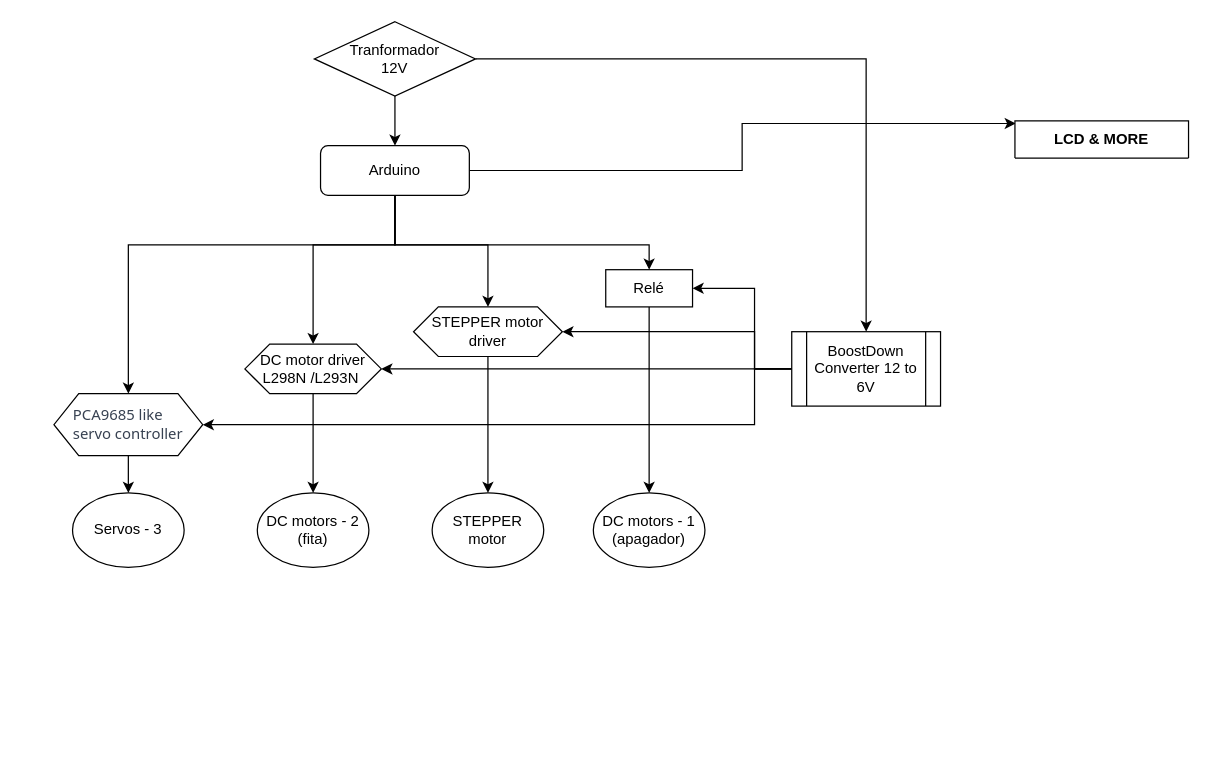
This is Diagrams/Diagrama sem nome.drawio from HackerSchool/turing, a draw.io file, before an edit. Source tidied: cells renumbered, new cells numbered last; positions are measured from the earlier drawing's top-left corner, leaving out a move shared by most shapes. Both pictures are drawn from the tidied source at 124%, with x=0, y=0 at pixel (53, 21).
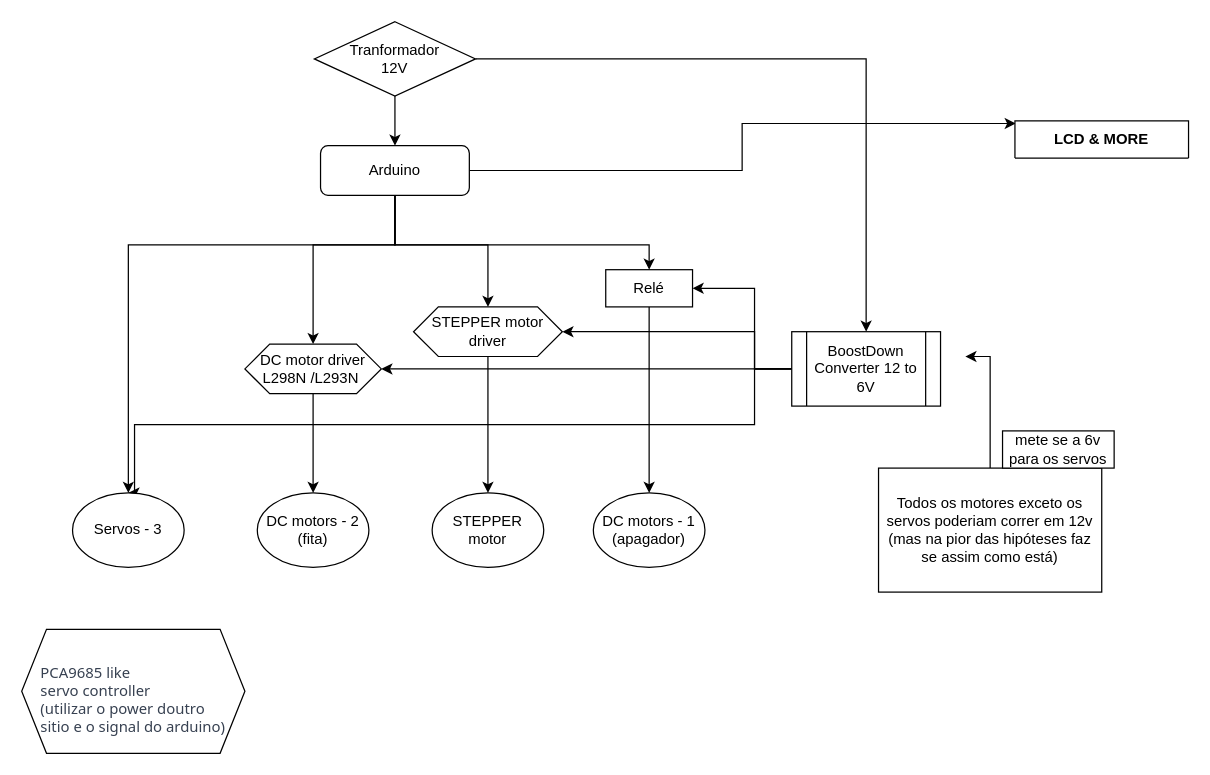
Above is the later version.

Unchanged cells that the change refers to:
```xml
<mxCell id="7" value="Arduino&lt;br&gt;" style="rounded=1;whiteSpace=wrap;html=1;fontSize=12;glass=0;strokeWidth=1;shadow=0;" parent="1" vertex="1">
  <mxGeometry x="215" y="100" width="120" height="40" as="geometry" />
</mxCell>
<mxCell id="15" value="BoostDown&lt;br&gt;Converter 12 to 6V" style="shape=process;whiteSpace=wrap;html=1;backgroundOutline=1;rotation=0;" parent="1" vertex="1">
  <mxGeometry x="595" y="250" width="120" height="60" as="geometry" />
</mxCell>
<mxCell id="16" value="Servos - 3" style="ellipse;whiteSpace=wrap;html=1;" parent="1" vertex="1">
  <mxGeometry x="15" y="380" width="90" height="60" as="geometry" />
</mxCell>
```

Change to the diagram source:
```diff
@@
-    <mxCell id="4" style="edgeStyle=orthogonalEdgeStyle;rounded=0;jettySize=auto;html=1;entryX=0.5;entryY=0;entryDx=0;entryDy=0;" parent="1" edge="1" source="7" target="24">
+    <mxCell id="4" style="edgeStyle=orthogonalEdgeStyle;rounded=0;jettySize=auto;html=1;entryX=0.5;entryY=0;entryDx=0;entryDy=0;" parent="1" edge="1" source="7" target="16">
       <mxGeometry relative="1" as="geometry">
         <Array as="points">
           <mxPoint x="275" y="180" />
           <mxPoint x="60" y="180" />
         </Array>
       </mxGeometry>
     </mxCell>
@@
-    <mxCell id="13" style="edgeStyle=orthogonalEdgeStyle;rounded=0;jettySize=auto;html=1;entryX=1;entryY=0.5;entryDx=0;entryDy=0;" parent="1" edge="1" source="15" target="24">
+    <mxCell id="13" style="edgeStyle=orthogonalEdgeStyle;rounded=0;jettySize=auto;html=1;entryX=0.5;entryY=0;entryDx=0;entryDy=0;" parent="1" edge="1" source="15" target="16">
       <mxGeometry relative="1" as="geometry">
         <Array as="points">
           <mxPoint x="565" y="280" />
           <mxPoint x="565" y="325" />
+          <mxPoint x="65" y="325" />
+          <mxPoint x="65" y="380" />
         </Array>
       </mxGeometry>
     </mxCell>
@@
-    <mxCell id="23" style="edgeStyle=orthogonalEdgeStyle;rounded=0;jettySize=auto;html=1;entryX=0.5;entryY=0;entryDx=0;entryDy=0;" parent="1" edge="1" source="24" target="16">
-      <mxGeometry relative="1" as="geometry" />
-    </mxCell>
-    <mxCell id="24" value="&lt;br&gt;&lt;div style=&quot;text-align: start;&quot;&gt;&lt;font face=&quot;Söhne, ui-sans-serif, system-ui, -apple-system, Segoe UI, Roboto, Ubuntu, Cantarell, Noto Sans, sans-serif, Helvetica Neue, Arial, Apple Color Emoji, Segoe UI Emoji, Segoe UI Symbol, Noto Color Emoji&quot; color=&quot;#374151&quot;&gt;PCA9685 like&amp;nbsp;&lt;/font&gt;&lt;/div&gt;&lt;div style=&quot;text-align: start;&quot;&gt;&lt;font face=&quot;Söhne, ui-sans-serif, system-ui, -apple-system, Segoe UI, Roboto, Ubuntu, Cantarell, Noto Sans, sans-serif, Helvetica Neue, Arial, Apple Color Emoji, Segoe UI Emoji, Segoe UI Symbol, Noto Color Emoji&quot; color=&quot;#374151&quot;&gt;servo&amp;nbsp;&lt;/font&gt;&lt;span style=&quot;color: rgb(55, 65, 81); font-family: Söhne, ui-sans-serif, system-ui, -apple-system, &amp;quot;Segoe UI&amp;quot;, Roboto, Ubuntu, Cantarell, &amp;quot;Noto Sans&amp;quot;, sans-serif, &amp;quot;Helvetica Neue&amp;quot;, Arial, &amp;quot;Apple Color Emoji&amp;quot;, &amp;quot;Segoe UI Emoji&amp;quot;, &amp;quot;Segoe UI Symbol&amp;quot;, &amp;quot;Noto Color Emoji&amp;quot;; background-color: initial;&quot;&gt;controller&lt;/span&gt;&lt;/div&gt;&lt;div style=&quot;text-align: start;&quot;&gt;&lt;font face=&quot;Söhne, ui-sans-serif, system-ui, -apple-system, Segoe UI, Roboto, Ubuntu, Cantarell, Noto Sans, sans-serif, Helvetica Neue, Arial, Apple Color Emoji, Segoe UI Emoji, Segoe UI Symbol, Noto Color Emoji&quot; color=&quot;#374151&quot;&gt;&lt;br&gt;&lt;/font&gt;&lt;/div&gt;" style="shape=hexagon;perimeter=hexagonPerimeter2;whiteSpace=wrap;html=1;fixedSize=1;" parent="1" vertex="1">
-      <mxGeometry y="300" width="120" height="50" as="geometry" />
-    </mxCell>
@@
+    <mxCell id="29" style="edgeStyle=orthogonalEdgeStyle;rounded=0;jettySize=auto;html=1;" parent="1" edge="1" source="30">
+      <mxGeometry relative="1" as="geometry">
+        <mxPoint x="735" y="270" as="targetPoint" />
+        <Array as="points">
+          <mxPoint x="755" y="270" />
+        </Array>
+      </mxGeometry>
+    </mxCell>
+    <mxCell id="30" value="Todos os motores exceto os servos poderiam correr em 12v (mas na pior das hipóteses faz se assim como está)" style="rounded=0;whiteSpace=wrap;html=1;" parent="1" vertex="1">
+      <mxGeometry x="665" y="360" width="180" height="100" as="geometry" />
+    </mxCell>
+    <mxCell id="31" value="&lt;br&gt;&lt;div style=&quot;text-align: start;&quot;&gt;&lt;font face=&quot;Söhne, ui-sans-serif, system-ui, -apple-system, Segoe UI, Roboto, Ubuntu, Cantarell, Noto Sans, sans-serif, Helvetica Neue, Arial, Apple Color Emoji, Segoe UI Emoji, Segoe UI Symbol, Noto Color Emoji&quot; color=&quot;#374151&quot;&gt;PCA9685 like&amp;nbsp;&lt;/font&gt;&lt;/div&gt;&lt;div style=&quot;text-align: start;&quot;&gt;&lt;font face=&quot;Söhne, ui-sans-serif, system-ui, -apple-system, Segoe UI, Roboto, Ubuntu, Cantarell, Noto Sans, sans-serif, Helvetica Neue, Arial, Apple Color Emoji, Segoe UI Emoji, Segoe UI Symbol, Noto Color Emoji&quot; color=&quot;#374151&quot;&gt;servo&amp;nbsp;&lt;/font&gt;&lt;span style=&quot;color: rgb(55, 65, 81); font-family: Söhne, ui-sans-serif, system-ui, -apple-system, &amp;quot;Segoe UI&amp;quot;, Roboto, Ubuntu, Cantarell, &amp;quot;Noto Sans&amp;quot;, sans-serif, &amp;quot;Helvetica Neue&amp;quot;, Arial, &amp;quot;Apple Color Emoji&amp;quot;, &amp;quot;Segoe UI Emoji&amp;quot;, &amp;quot;Segoe UI Symbol&amp;quot;, &amp;quot;Noto Color Emoji&amp;quot;; background-color: initial;&quot;&gt;controller&lt;/span&gt;&lt;/div&gt;&lt;div style=&quot;text-align: start;&quot;&gt;&lt;font face=&quot;Söhne, ui-sans-serif, system-ui, -apple-system, Segoe UI, Roboto, Ubuntu, Cantarell, Noto Sans, sans-serif, Helvetica Neue, Arial, Apple Color Emoji, Segoe UI Emoji, Segoe UI Symbol, Noto Color Emoji&quot; color=&quot;#374151&quot;&gt;(utilizar&amp;nbsp;o power doutro&amp;nbsp;&lt;/font&gt;&lt;/div&gt;&lt;div style=&quot;text-align: start;&quot;&gt;&lt;font face=&quot;Söhne, ui-sans-serif, system-ui, -apple-system, Segoe UI, Roboto, Ubuntu, Cantarell, Noto Sans, sans-serif, Helvetica Neue, Arial, Apple Color Emoji, Segoe UI Emoji, Segoe UI Symbol, Noto Color Emoji&quot; color=&quot;#374151&quot;&gt;sitio e o signal do arduino)&lt;/font&gt;&lt;/div&gt;" style="shape=hexagon;perimeter=hexagonPerimeter2;whiteSpace=wrap;html=1;fixedSize=1;" parent="1" vertex="1">
+      <mxGeometry x="-26" y="490" width="180" height="100" as="geometry" />
+    </mxCell>
+    <mxCell id="32" value="mete se a 6v para os servos" style="rounded=0;whiteSpace=wrap;html=1;" parent="1" vertex="1">
+      <mxGeometry x="765" y="330" width="90" height="30" as="geometry" />
+    </mxCell>
```
